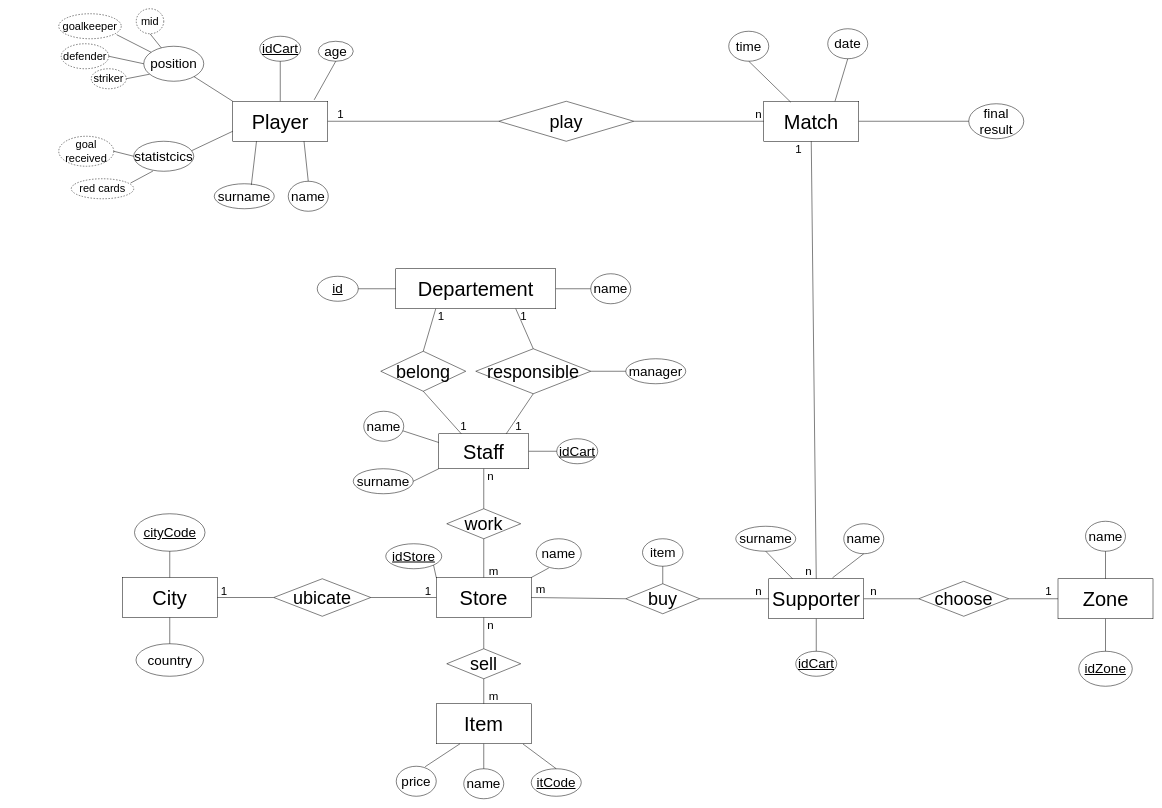
Before: diagrams/ERD to relational model.drawio in ad-discit/Awale-v2, a draw.io diagram. Source tidied: cells renumbered, new cells numbered last; positions are measured from the earlier drawing's top-left corner, leaving out a move shared by most shapes. Both pictures are drawn from the tidied source at 50%, with x=0, y=0 at pixel (58, 8).
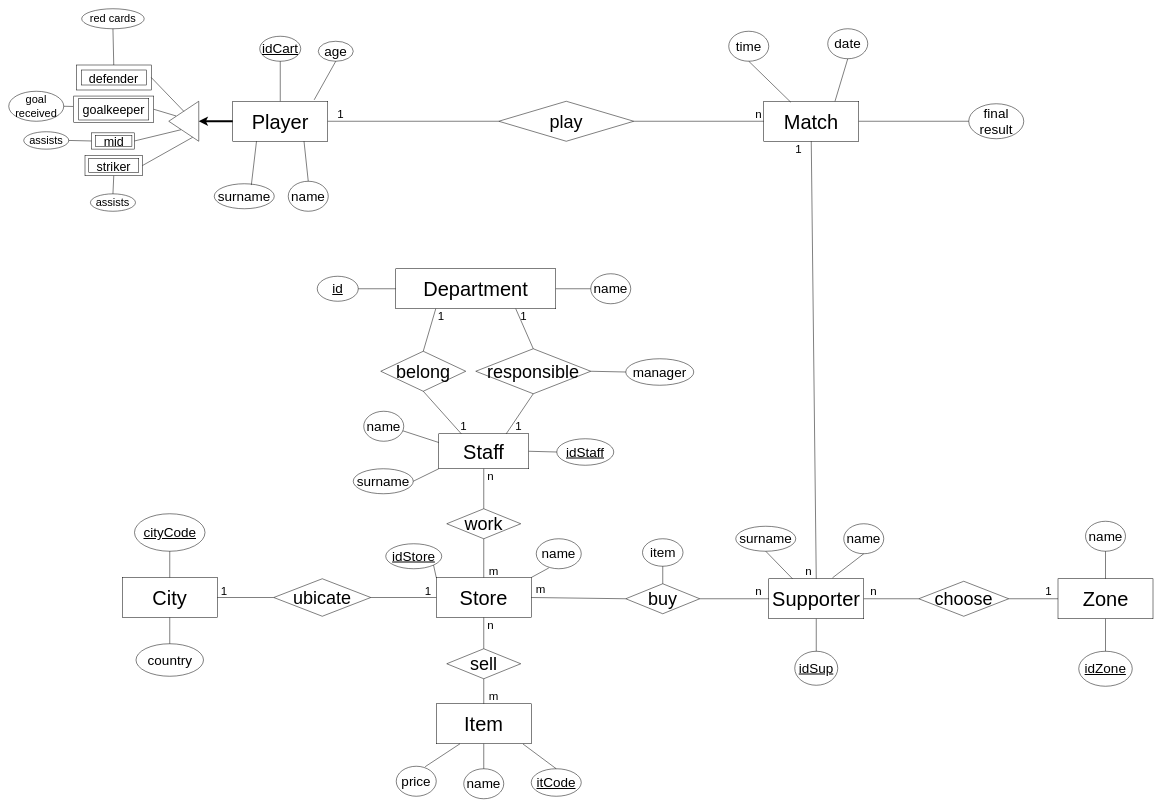
Above is the later version.

Commit message (it also covers changes not shown here):
Mettre à jour ERD to relational model.drawio

Unchanged cells that the change refers to:
```xml
<mxCell id="2" value="&lt;font style=&quot;font-size: 40px;&quot;&gt;Player&lt;/font&gt;" style="rounded=0;whiteSpace=wrap;html=1;" parent="1" vertex="1">
  <mxGeometry x="348" y="185" width="190" height="80" as="geometry" />
</mxCell>
```

What changed in the source:
```diff
@@
-    <mxCell id="4" value="&lt;font style=&quot;font-size: 40px;&quot;&gt;Departement&lt;/font&gt;" style="rounded=0;whiteSpace=wrap;html=1;" parent="1" vertex="1">
+    <mxCell id="4" value="&lt;font style=&quot;font-size: 40px;&quot;&gt;Department&lt;/font&gt;" style="rounded=0;whiteSpace=wrap;html=1;" parent="1" vertex="1">
       <mxGeometry x="674" y="520" width="320" height="80" as="geometry" />
     </mxCell>
@@
-    <mxCell id="19" value="&lt;span style=&quot;font-size: 27px;&quot;&gt;position&lt;/span&gt;" style="ellipse;whiteSpace=wrap;html=1;" parent="1" vertex="1">
-      <mxGeometry x="170" y="75" width="120" height="70" as="geometry" />
-    </mxCell>
-    <mxCell id="20" value="&lt;span style=&quot;font-size: 27px;&quot;&gt;statistcics&lt;/span&gt;" style="ellipse;whiteSpace=wrap;html=1;" parent="1" vertex="1">
-      <mxGeometry x="150" y="265" width="120" height="60" as="geometry" />
-    </mxCell>
-    <mxCell id="21" value="&lt;font style=&quot;font-size: 22px;&quot;&gt;goalkeeper&lt;/font&gt;" style="ellipse;whiteSpace=wrap;html=1;dashed=1;" parent="1" vertex="1">
-      <mxGeometry y="10" width="125" height="50" as="geometry" />
-    </mxCell>
-    <mxCell id="22" value="&lt;font style=&quot;font-size: 22px;&quot;&gt;defender&lt;/font&gt;" style="ellipse;whiteSpace=wrap;html=1;dashed=1;" parent="1" vertex="1">
-      <mxGeometry x="5" y="70" width="95" height="50" as="geometry" />
-    </mxCell>
-    <mxCell id="23" style="rounded=0;jettySize=auto;html=1;exitX=0.5;exitY=1;exitDx=0;exitDy=0;endArrow=none;endFill=0;" parent="1" edge="1" source="24" target="19">
-      <mxGeometry relative="1" as="geometry" />
-    </mxCell>
-    <mxCell id="24" value="&lt;font style=&quot;font-size: 22px;&quot;&gt;mid&lt;/font&gt;" style="ellipse;whiteSpace=wrap;html=1;dashed=1;" parent="1" vertex="1">
-      <mxGeometry x="155" width="55" height="50" as="geometry" />
-    </mxCell>
-    <mxCell id="25" value="&lt;font style=&quot;font-size: 22px;&quot;&gt;striker&lt;/font&gt;" style="ellipse;whiteSpace=wrap;html=1;dashed=1;" parent="1" vertex="1">
-      <mxGeometry x="65" y="120" width="70" height="40" as="geometry" />
-    </mxCell>
-    <mxCell id="26" value="&lt;font style=&quot;font-size: 22px;&quot;&gt;goal received&lt;/font&gt;" style="ellipse;whiteSpace=wrap;html=1;dashed=1;" parent="1" vertex="1">
-      <mxGeometry y="255" width="110" height="60" as="geometry" />
+    <mxCell id="26" value="&lt;font style=&quot;font-size: 22px;&quot;&gt;goal received&lt;/font&gt;" style="ellipse;whiteSpace=wrap;html=1;" parent="1" vertex="1">
+      <mxGeometry x="-100" y="165" width="110" height="60" as="geometry" />
     </mxCell>
-    <mxCell id="27" value="&lt;font style=&quot;font-size: 22px;&quot;&gt;red cards&lt;/font&gt;" style="ellipse;whiteSpace=wrap;html=1;dashed=1;" parent="1" vertex="1">
-      <mxGeometry x="25" y="340" width="125" height="40" as="geometry" />
+    <mxCell id="27" value="&lt;font style=&quot;font-size: 22px;&quot;&gt;red cards&lt;/font&gt;" style="ellipse;whiteSpace=wrap;html=1;" parent="1" vertex="1">
+      <mxGeometry x="45.9" width="125" height="40" as="geometry" />
     </mxCell>
@@
     <mxCell id="36" value="&lt;span style=&quot;font-size: 27px;&quot;&gt;manager&lt;/span&gt;" style="ellipse;whiteSpace=wrap;html=1;" parent="1" vertex="1">
-      <mxGeometry x="1134" y="700" width="120" height="50" as="geometry" />
+      <mxGeometry x="1134" y="700" width="136" height="53" as="geometry" />
     </mxCell>
@@
-    <mxCell id="38" value="&lt;font style=&quot;font-size: 27px;&quot;&gt;&lt;u&gt;idCart&lt;/u&gt;&lt;/font&gt;" style="ellipse;whiteSpace=wrap;html=1;" parent="1" vertex="1">
-      <mxGeometry x="996" y="860" width="82" height="50" as="geometry" />
+    <mxCell id="38" value="&lt;font style=&quot;font-size: 27px;&quot;&gt;&lt;u&gt;idStaff&lt;/u&gt;&lt;/font&gt;" style="ellipse;whiteSpace=wrap;html=1;" parent="1" vertex="1">
+      <mxGeometry x="996" y="860" width="114" height="53" as="geometry" />
     </mxCell>
@@
-    <mxCell id="55" value="&lt;font style=&quot;font-size: 27px;&quot;&gt;&lt;u&gt;idCart&lt;/u&gt;&lt;/font&gt;" style="ellipse;whiteSpace=wrap;html=1;" parent="1" vertex="1">
-      <mxGeometry x="1474" y="1285" width="82" height="50" as="geometry" />
+    <mxCell id="55" value="&lt;font style=&quot;font-size: 27px;&quot;&gt;&lt;u&gt;idSup&lt;/u&gt;&lt;/font&gt;" style="ellipse;whiteSpace=wrap;html=1;" parent="1" vertex="1">
+      <mxGeometry x="1472" y="1285" width="86" height="68" as="geometry" />
     </mxCell>
@@
-    <mxCell id="62" style="endArrow=none;html=1;rounded=0;exitX=0.925;exitY=0.836;exitDx=0;exitDy=0;exitPerimeter=0;" parent="1" edge="1" source="21" target="19">
-      <mxGeometry relative="1" as="geometry" />
-    </mxCell>
-    <mxCell id="63" style="endArrow=none;html=1;rounded=0;exitX=1;exitY=0.5;exitDx=0;exitDy=0;entryX=0;entryY=0.5;entryDx=0;entryDy=0;" parent="1" edge="1" source="22" target="19">
-      <mxGeometry relative="1" as="geometry" />
-    </mxCell>
-    <mxCell id="64" style="endArrow=none;html=1;rounded=0;exitX=1;exitY=0.5;exitDx=0;exitDy=0;entryX=0.093;entryY=0.8;entryDx=0;entryDy=0;entryPerimeter=0;" parent="1" edge="1" source="25" target="19">
-      <mxGeometry relative="1" as="geometry" />
-    </mxCell>
@@
-    <mxCell id="67" style="endArrow=none;html=1;rounded=0;exitX=0.967;exitY=0.313;exitDx=0;exitDy=0;exitPerimeter=0;entryX=0;entryY=0.75;entryDx=0;entryDy=0;" parent="1" edge="1" source="20" target="2">
-      <mxGeometry relative="1" as="geometry" />
-    </mxCell>
-    <mxCell id="68" style="endArrow=none;html=1;rounded=0;exitX=1;exitY=0.5;exitDx=0;exitDy=0;entryX=0;entryY=0.5;entryDx=0;entryDy=0;" parent="1" edge="1" source="26" target="20">
+    <mxCell id="68" style="endArrow=none;html=1;rounded=0;exitX=1;exitY=0.5;exitDx=0;exitDy=0;entryX=-0.008;entryY=0.395;entryDx=0;entryDy=0;entryPerimeter=0;" parent="1" edge="1" source="26" target="125">
       <mxGeometry relative="1" as="geometry" />
     </mxCell>
-    <mxCell id="69" style="endArrow=none;html=1;rounded=0;exitX=0.949;exitY=0.215;exitDx=0;exitDy=0;exitPerimeter=0;entryX=0.32;entryY=0.993;entryDx=0;entryDy=0;entryPerimeter=0;" parent="1" edge="1" source="27" target="20">
+    <mxCell id="69" style="endArrow=none;html=1;rounded=0;exitX=0.5;exitY=1;exitDx=0;exitDy=0;entryX=0.5;entryY=0;entryDx=0;entryDy=0;" parent="1" edge="1" source="27" target="124">
       <mxGeometry relative="1" as="geometry" />
     </mxCell>
@@
-    <mxCell id="77" style="endArrow=none;html=1;rounded=0;exitX=0;exitY=0;exitDx=0;exitDy=0;" parent="1" edge="1" source="2" target="19">
-      <mxGeometry relative="1" as="geometry" />
-    </mxCell>
@@
+    <mxCell id="122" style="triangle;whiteSpace=wrap;html=1;rotation=-180;" parent="1" vertex="1">
+      <mxGeometry x="220" y="185" width="60" height="80" as="geometry" />
+    </mxCell>
+    <mxCell id="24" value="&lt;font style=&quot;font-size: 25px;&quot;&gt;mid&lt;/font&gt;" style="rounded=0;whiteSpace=wrap;html=1;gradientColor=none;" parent="1" vertex="1">
+      <mxGeometry x="73.8" y="253.5" width="72.5" height="22" as="geometry" />
+    </mxCell>
+    <mxCell id="21" value="&lt;font style=&quot;font-size: 25px;&quot;&gt;goalkeeper&lt;/font&gt;" style="rounded=0;whiteSpace=wrap;html=1;gradientColor=none;" parent="1" vertex="1">
+      <mxGeometry x="40" y="179.5" width="140" height="43" as="geometry" />
+    </mxCell>
+    <mxCell id="123" style="endArrow=classic;html=1;rounded=0;strokeWidth=4;entryX=0;entryY=0.5;entryDx=0;entryDy=0;exitX=0;exitY=0.5;exitDx=0;exitDy=0;" parent="1" edge="1" source="2" target="122">
+      <mxGeometry relative="1" as="geometry" />
+    </mxCell>
+    <mxCell id="22" value="&lt;font style=&quot;font-size: 25px;&quot;&gt;defender&lt;/font&gt;" style="rounded=0;whiteSpace=wrap;html=1;gradientColor=none;" parent="1" vertex="1">
+      <mxGeometry x="45" y="122.5" width="130" height="30" as="geometry" />
+    </mxCell>
+    <mxCell id="25" value="&lt;font style=&quot;font-size: 25px;&quot;&gt;striker&lt;/font&gt;" style="rounded=0;whiteSpace=wrap;html=1;gradientColor=none;fillStyle=auto;" parent="1" vertex="1">
+      <mxGeometry x="60" y="299.5" width="100" height="28" as="geometry" />
+    </mxCell>
+    <mxCell id="124" style="rounded=0;whiteSpace=wrap;html=1;fillColor=none;strokeColor=default;" parent="1" vertex="1">
+      <mxGeometry x="35" y="112.5" width="150" height="50" as="geometry" />
+    </mxCell>
+    <mxCell id="125" style="rounded=0;whiteSpace=wrap;html=1;fillColor=none;" parent="1" vertex="1">
+      <mxGeometry x="30" y="174.6" width="160" height="52.8" as="geometry" />
+    </mxCell>
+    <mxCell id="126" style="rounded=0;whiteSpace=wrap;html=1;fillColor=none;" parent="1" vertex="1">
+      <mxGeometry x="65.2" y="248.2" width="86.2" height="32.5" as="geometry" />
+    </mxCell>
+    <mxCell id="127" style="rounded=0;whiteSpace=wrap;html=1;fillStyle=auto;fillColor=none;" parent="1" vertex="1">
+      <mxGeometry x="52.5" y="293" width="115" height="41" as="geometry" />
+    </mxCell>
+    <mxCell id="128" style="endArrow=none;html=1;rounded=0;entryX=1;entryY=0.5;entryDx=0;entryDy=0;exitX=0.5;exitY=1;exitDx=0;exitDy=0;" parent="1" edge="1" source="122" target="124">
+      <mxGeometry relative="1" as="geometry" />
+    </mxCell>
+    <mxCell id="129" style="endArrow=none;html=1;rounded=0;exitX=0.205;exitY=0.098;exitDx=0;exitDy=0;exitPerimeter=0;entryX=1;entryY=0.5;entryDx=0;entryDy=0;" parent="1" edge="1" source="122" target="127">
+      <mxGeometry relative="1" as="geometry" />
+    </mxCell>
+    <mxCell id="130" style="endArrow=none;html=1;rounded=0;exitX=0.592;exitY=0.288;exitDx=0;exitDy=0;exitPerimeter=0;entryX=1;entryY=0.5;entryDx=0;entryDy=0;" parent="1" edge="1" source="122" target="126">
+      <mxGeometry relative="1" as="geometry" />
+    </mxCell>
+    <mxCell id="131" style="endArrow=none;html=1;rounded=0;exitX=0.758;exitY=0.633;exitDx=0;exitDy=0;exitPerimeter=0;entryX=1;entryY=0.5;entryDx=0;entryDy=0;" parent="1" edge="1" source="122" target="125">
+      <mxGeometry relative="1" as="geometry" />
+    </mxCell>
+    <mxCell id="132" value="&lt;span style=&quot;font-size: 22px;&quot;&gt;assists&lt;/span&gt;" style="ellipse;whiteSpace=wrap;html=1;" parent="1" vertex="1">
+      <mxGeometry x="-70" y="246" width="90" height="34.8" as="geometry" />
+    </mxCell>
+    <mxCell id="133" style="endArrow=none;html=1;rounded=0;exitX=1;exitY=0.5;exitDx=0;exitDy=0;entryX=0;entryY=0.5;entryDx=0;entryDy=0;" parent="1" edge="1" source="132" target="126">
+      <mxGeometry relative="1" as="geometry" />
+    </mxCell>
+    <mxCell id="134" value="&lt;span style=&quot;font-size: 22px;&quot;&gt;assists&lt;/span&gt;" style="ellipse;whiteSpace=wrap;html=1;" parent="1" vertex="1">
+      <mxGeometry x="63.4" y="370.2" width="90" height="34.8" as="geometry" />
+    </mxCell>
+    <mxCell id="135" style="endArrow=none;html=1;rounded=0;entryX=0.5;entryY=1;entryDx=0;entryDy=0;exitX=0.5;exitY=0;exitDx=0;exitDy=0;" parent="1" edge="1" source="134" target="127">
+      <mxGeometry relative="1" as="geometry" />
+    </mxCell>
```
